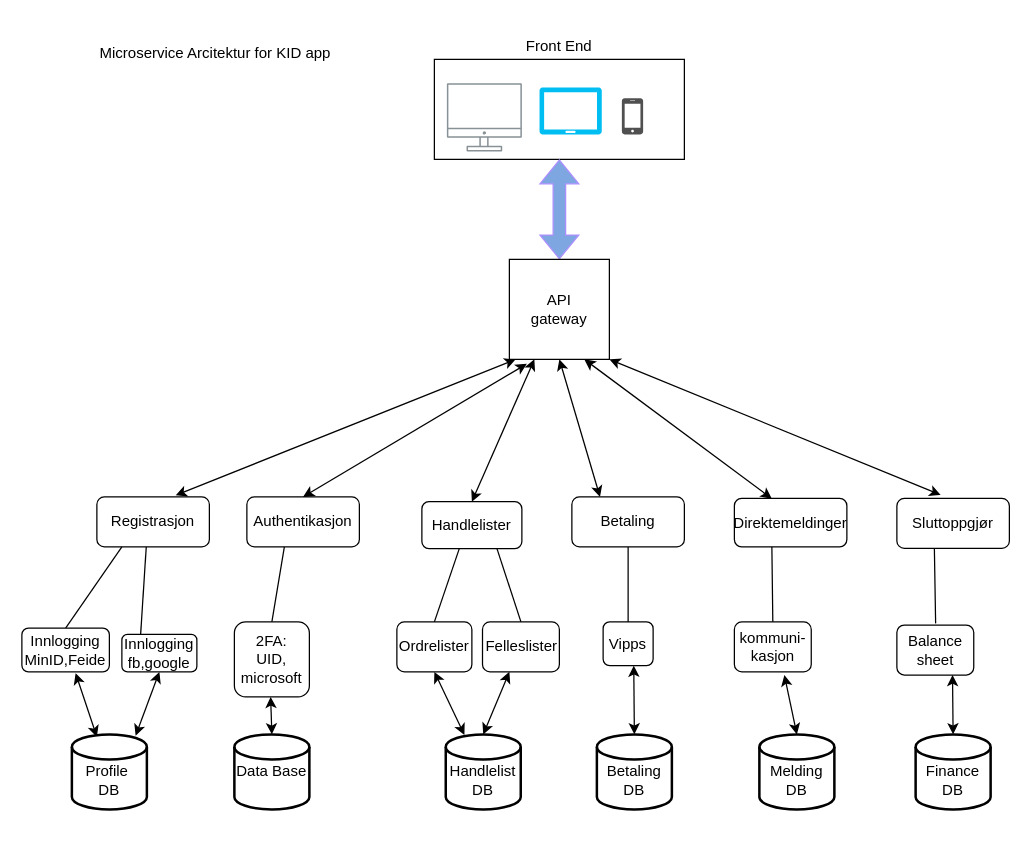
The draw.io diagram page "Page-1" (1 of 2) of Untitled Diagram.drawio in tungno/Vaanpi-Pa, before the edit. Source tidied: cells renumbered, new cells numbered last; positions are measured from the earlier drawing's top-left corner, leaving out a move shared by most shapes. Both pictures are drawn from the tidied source at 125%, with x=0, y=0 at pixel (21, 21).
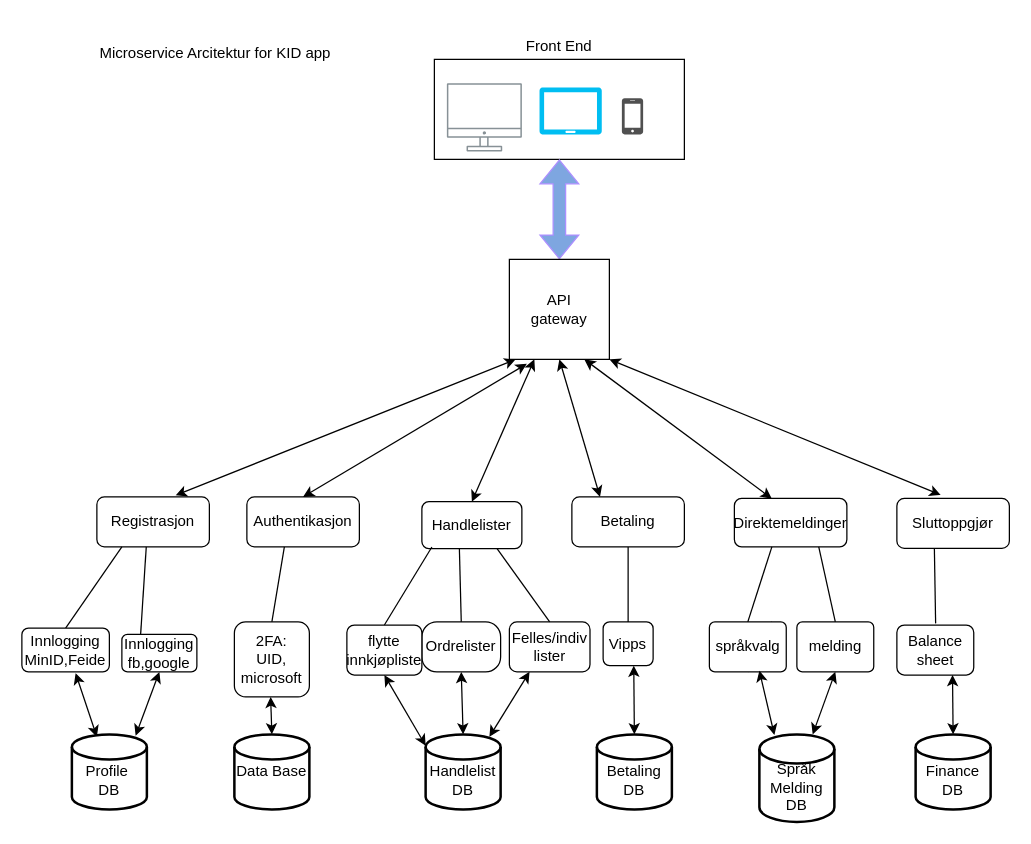
The same page after the edit.

Unchanged cells that the change refers to:
```xml
<mxCell id="13" value="Handlelister" style="rounded=1;whiteSpace=wrap;html=1;" parent="1" vertex="1">
  <mxGeometry x="320" y="383.8" width="80" height="37.5" as="geometry" />
</mxCell>
<mxCell id="15" value="Direktemeldinger" style="rounded=1;whiteSpace=wrap;html=1;" parent="1" vertex="1">
  <mxGeometry x="570" y="381.2" width="90" height="38.8" as="geometry" />
</mxCell>
```

Change to the diagram source:
```diff
@@
-    <mxCell id="12" value="Felleslister" style="rounded=1;whiteSpace=wrap;html=1;" parent="1" vertex="1">
-      <mxGeometry x="368.5" y="480" width="61.5" height="40" as="geometry" />
+    <mxCell id="12" value="Felles/indiv&lt;br&gt;lister" style="rounded=1;whiteSpace=wrap;html=1;" parent="1" vertex="1">
+      <mxGeometry x="390" y="480" width="64.5" height="40" as="geometry" />
     </mxCell>
@@
-    <mxCell id="16" value="Ordrelister" style="rounded=1;whiteSpace=wrap;html=1;" parent="1" vertex="1">
-      <mxGeometry x="300" y="480" width="60" height="40" as="geometry" />
+    <mxCell id="16" value="Ordrelister" style="rounded=1;whiteSpace=wrap;html=1;arcSize=30;" parent="1" vertex="1">
+      <mxGeometry x="320" y="480" width="63" height="40" as="geometry" />
     </mxCell>
@@
-    <mxCell id="35" value="kommuni-&lt;br&gt;kasjon" style="rounded=1;whiteSpace=wrap;html=1;" parent="1" vertex="1">
-      <mxGeometry x="570" y="480" width="61.5" height="40" as="geometry" />
+    <mxCell id="35" value="språkvalg" style="rounded=1;whiteSpace=wrap;html=1;arcSize=11;" parent="1" vertex="1">
+      <mxGeometry x="550" y="480" width="61.5" height="40" as="geometry" />
     </mxCell>
@@
     <mxCell id="43" value="&lt;br&gt;Handlelist&lt;br&gt;DB" style="strokeWidth=2;html=1;shape=mxgraph.flowchart.database;whiteSpace=wrap;" parent="1" vertex="1">
-      <mxGeometry x="339.1" y="570" width="60" height="60" as="geometry" />
+      <mxGeometry x="323" y="570" width="60" height="60" as="geometry" />
     </mxCell>
-    <mxCell id="44" value="&lt;br&gt;Melding&lt;br&gt;DB" style="strokeWidth=2;html=1;shape=mxgraph.flowchart.database;whiteSpace=wrap;" parent="1" vertex="1">
-      <mxGeometry x="590" y="570" width="60" height="60" as="geometry" />
+    <mxCell id="44" value="&lt;br&gt;Språk&lt;br&gt;Melding&lt;br&gt;DB" style="strokeWidth=2;html=1;shape=mxgraph.flowchart.database;whiteSpace=wrap;" parent="1" vertex="1">
+      <mxGeometry x="590" y="570" width="60" height="70" as="geometry" />
     </mxCell>
@@
-    <mxCell id="48" style="endArrow=classic;startArrow=classic;html=1;rounded=0;entryX=0.5;entryY=1;entryDx=0;entryDy=0;exitX=0.5;exitY=0;exitDx=0;exitDy=0;exitPerimeter=0;" parent="1" edge="1" source="44">
-      <mxGeometry relative="1" as="geometry">
-        <mxPoint x="610" y="522.5" as="targetPoint" />
-      </mxGeometry>
+    <mxCell id="48" style="endArrow=classic;startArrow=classic;html=1;rounded=0;entryX=0.65;entryY=0.975;entryDx=0;entryDy=0;exitX=0.2;exitY=0.007;exitDx=0;exitDy=0;exitPerimeter=0;entryPerimeter=0;" parent="1" edge="1" source="44" target="35">
+      <mxGeometry relative="1" as="geometry" />
     </mxCell>
@@
-    <mxCell id="50" style="endArrow=classic;startArrow=classic;html=1;rounded=0;entryX=0.5;entryY=1;entryDx=0;entryDy=0;exitX=0.5;exitY=0;exitDx=0;exitDy=0;exitPerimeter=0;" parent="1" edge="1" source="43">
-      <mxGeometry relative="1" as="geometry">
-        <mxPoint x="390" y="520" as="targetPoint" />
-      </mxGeometry>
+    <mxCell id="50" style="endArrow=classic;startArrow=classic;html=1;rounded=0;entryX=0.25;entryY=1;entryDx=0;entryDy=0;exitX=0.85;exitY=0.033;exitDx=0;exitDy=0;exitPerimeter=0;" parent="1" edge="1" source="43" target="12">
+      <mxGeometry relative="1" as="geometry" />
     </mxCell>
+    <mxCell id="52" value="Microservice Arcitektur for KID app" style="text;html=1;strokeColor=none;fillColor=none;align=center;verticalAlign=middle;whiteSpace=wrap;rounded=0;" parent="1" vertex="1">
+      <mxGeometry x="30" y="10" width="250" height="30" as="geometry" />
+    </mxCell>
+    <mxCell id="53" value="flytte&lt;br&gt;innkjøpliste" style="rounded=1;whiteSpace=wrap;html=1;" parent="1" vertex="1">
+      <mxGeometry x="260" y="482.5" width="60" height="40" as="geometry" />
+    </mxCell>
+    <mxCell id="54" style="endArrow=none;html=1;rounded=0;exitX=0.5;exitY=0;exitDx=0;exitDy=0;entryX=0.1;entryY=0.967;entryDx=0;entryDy=0;entryPerimeter=0;" parent="1" edge="1" source="53" target="13">
+      <mxGeometry relative="1" as="geometry" />
+    </mxCell>
+    <mxCell id="55" style="endArrow=classic;startArrow=classic;html=1;rounded=0;entryX=0.5;entryY=1;entryDx=0;entryDy=0;exitX=0;exitY=0.15;exitDx=0;exitDy=0;exitPerimeter=0;" parent="1" edge="1" source="43" target="53">
+      <mxGeometry relative="1" as="geometry" />
+    </mxCell>
-    <mxCell id="51" style="endArrow=classic;startArrow=classic;html=1;rounded=0;entryX=0.5;entryY=1;entryDx=0;entryDy=0;exitX=0.249;exitY=0.008;exitDx=0;exitDy=0;exitPerimeter=0;" parent="1" edge="1" source="43" target="16">
+    <mxCell id="51" style="endArrow=classic;startArrow=classic;html=1;rounded=0;entryX=0.5;entryY=1;entryDx=0;entryDy=0;exitX=0.5;exitY=0;exitDx=0;exitDy=0;exitPerimeter=0;" parent="1" edge="1" source="43" target="16">
       <mxGeometry relative="1" as="geometry" />
     </mxCell>
-    <mxCell id="52" value="Microservice Arcitektur for KID app" style="text;html=1;strokeColor=none;fillColor=none;align=center;verticalAlign=middle;whiteSpace=wrap;rounded=0;" parent="1" vertex="1">
-      <mxGeometry x="30" y="10" width="250" height="30" as="geometry" />
-    </mxCell>
+    <mxCell id="56" value="melding" style="rounded=1;whiteSpace=wrap;html=1;arcSize=11;" parent="1" vertex="1">
+      <mxGeometry x="620" y="480" width="61.5" height="40" as="geometry" />
+    </mxCell>
+    <mxCell id="57" style="endArrow=classic;startArrow=classic;html=1;rounded=0;entryX=0.5;entryY=1;entryDx=0;entryDy=0;" parent="1" edge="1" source="44" target="56">
+      <mxGeometry relative="1" as="geometry" />
+    </mxCell>
+    <mxCell id="58" style="endArrow=none;html=1;rounded=0;exitX=0.5;exitY=0;exitDx=0;exitDy=0;entryX=0.75;entryY=1;entryDx=0;entryDy=0;" parent="1" edge="1" source="56" target="15">
+      <mxGeometry relative="1" as="geometry" />
+    </mxCell>
```
